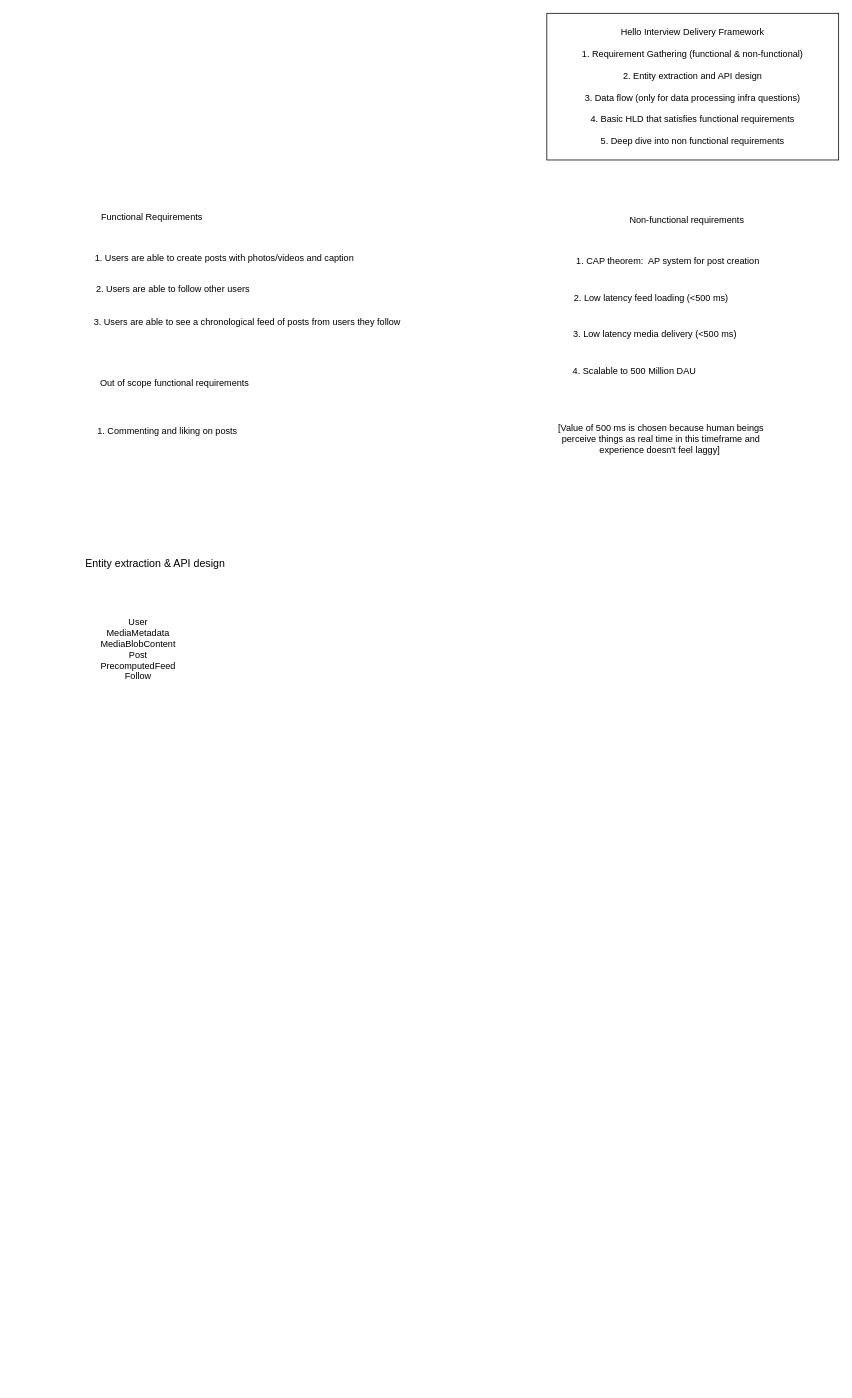
girikgarg8/Hello-Interview-HLD-Whiteboard-Practice keeps this draw.io diagram as Instagram HLD.drawio. Above is the earlier version. Source tidied: cells renumbered, new cells numbered last; positions are measured from the earlier drawing's top-left corner, leaving out a move shared by most shapes. Both pictures are drawn from the tidied source at 76%, with x=0, y=0 at pixel (49, 13).
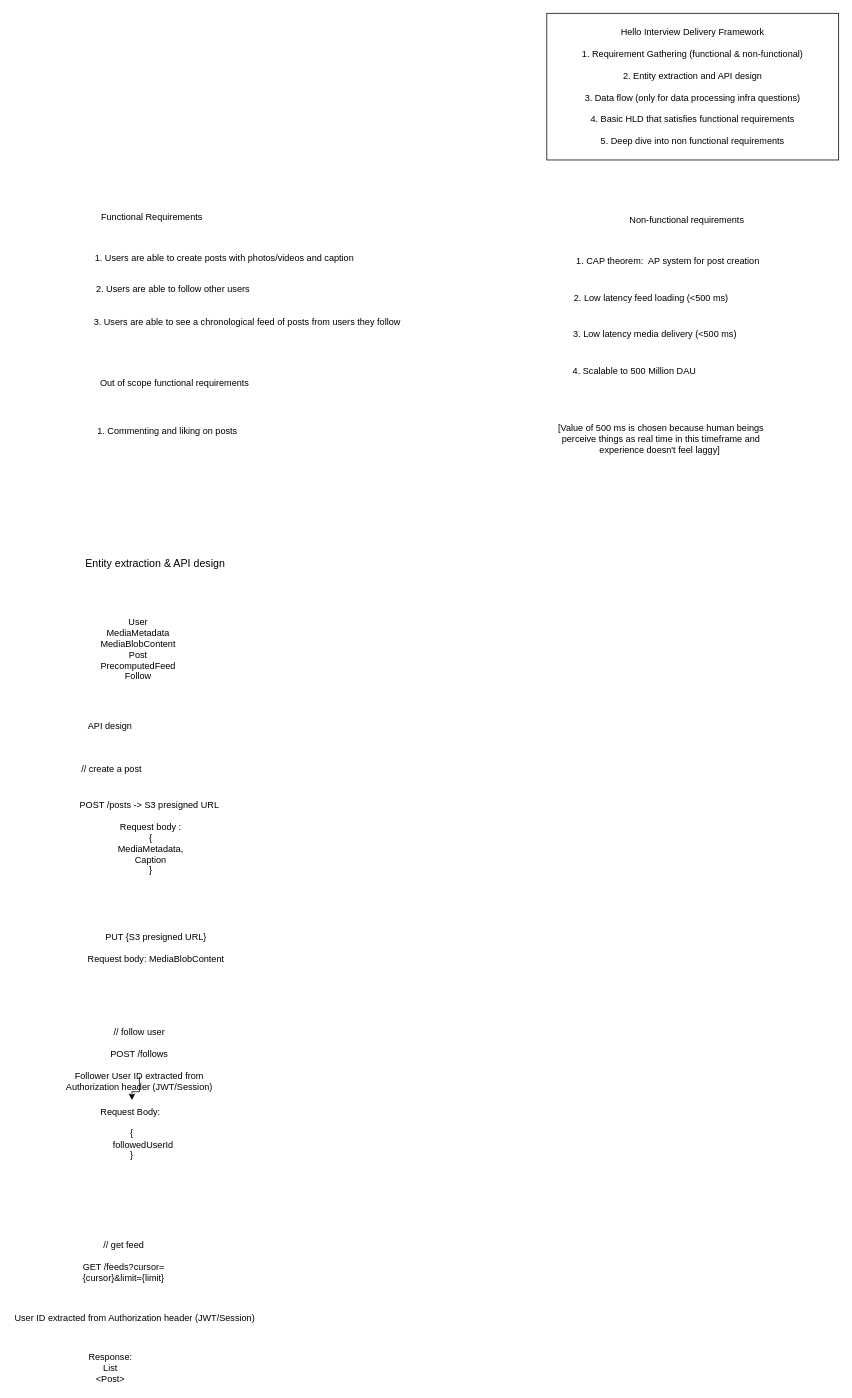
The same page after the edit.

The edit, as a diff of the source:
```diff
@@
+    <mxCell id="17" value="API design" style="text;html=1;whiteSpace=wrap;strokeColor=none;fillColor=none;align=center;verticalAlign=middle;rounded=0;" parent="1" vertex="1">
+      <mxGeometry x="30" y="923" width="101" height="30" as="geometry" />
+    </mxCell>
+    <mxCell id="18" value="// create a post" style="text;html=1;whiteSpace=wrap;strokeColor=none;fillColor=none;align=center;verticalAlign=middle;rounded=0;" parent="1" vertex="1">
+      <mxGeometry x="-7" y="980" width="179" height="30" as="geometry" />
+    </mxCell>
+    <mxCell id="19" value="POST /posts -&amp;gt; S3 presigned URL&amp;nbsp;&lt;div&gt;&lt;br&gt;&lt;/div&gt;&lt;div&gt;Request body :&lt;/div&gt;&lt;div&gt;{&lt;/div&gt;&lt;div&gt;MediaMetadata,&lt;/div&gt;&lt;div&gt;Caption&lt;/div&gt;&lt;div&gt;&lt;span style=&quot;background-color: transparent; color: light-dark(rgb(0, 0, 0), rgb(255, 255, 255));&quot;&gt;}&lt;/span&gt;&lt;/div&gt;" style="text;html=1;whiteSpace=wrap;strokeColor=none;fillColor=none;align=center;verticalAlign=middle;rounded=0;" parent="1" vertex="1">
+      <mxGeometry x="23" y="1030" width="222" height="110" as="geometry" />
+    </mxCell>
+    <mxCell id="20" value="PUT {S3 presigned URL}&lt;div&gt;&lt;br&gt;&lt;/div&gt;&lt;div&gt;Request body: MediaBlobContent&lt;/div&gt;" style="text;html=1;whiteSpace=wrap;strokeColor=none;fillColor=none;align=center;verticalAlign=middle;rounded=0;" parent="1" vertex="1">
+      <mxGeometry x="30" y="1198" width="222" height="63" as="geometry" />
+    </mxCell>
+    <mxCell id="21" style="edgeStyle=orthogonalEdgeStyle;rounded=0;jettySize=auto;html=1;" parent="1" edge="1" source="22" target="23">
+      <mxGeometry relative="1" as="geometry" />
+    </mxCell>
+    <mxCell id="22" value="&lt;div&gt;&lt;br&gt;&lt;/div&gt;&lt;div&gt;// follow user&lt;/div&gt;&lt;div&gt;&lt;br&gt;&lt;/div&gt;POST /follows&lt;div&gt;&lt;br&gt;&lt;/div&gt;&lt;div&gt;Follower User ID extracted from Authorization header (JWT/Session)&lt;/div&gt;&lt;div&gt;&lt;br&gt;&lt;/div&gt;&lt;div&gt;&lt;br&gt;&lt;/div&gt;" style="text;html=1;whiteSpace=wrap;strokeColor=none;fillColor=none;align=center;verticalAlign=middle;rounded=0;" parent="1" vertex="1">
+      <mxGeometry x="-1" y="1369" width="240" height="30" as="geometry" />
+    </mxCell>
+    <mxCell id="23" value="Request Body:&amp;nbsp;&lt;div&gt;&lt;span style=&quot;background-color: transparent; color: light-dark(rgb(0, 0, 0), rgb(255, 255, 255));&quot;&gt;&lt;br&gt;&lt;/span&gt;&lt;/div&gt;&lt;div&gt;&lt;span style=&quot;background-color: transparent; color: light-dark(rgb(0, 0, 0), rgb(255, 255, 255));&quot;&gt;{&lt;/span&gt;&lt;/div&gt;&lt;div&gt;&lt;div&gt;&lt;span style=&quot;white-space: pre;&quot;&gt;&#9;&lt;/span&gt;&amp;nbsp;followedUserId&lt;br&gt;&lt;/div&gt;&lt;div&gt;}&lt;/div&gt;&lt;/div&gt;" style="text;html=1;whiteSpace=wrap;strokeColor=none;fillColor=none;align=center;verticalAlign=middle;rounded=0;" parent="1" vertex="1">
+      <mxGeometry x="64" y="1430" width="90.2" height="87" as="geometry" />
+    </mxCell>
+    <mxCell id="24" value="&lt;div&gt;&lt;br&gt;&lt;/div&gt;// get feed&lt;div&gt;&lt;br&gt;&lt;div&gt;GET /feeds?cursor={cursor}&amp;amp;limit={limit}&lt;/div&gt;&lt;/div&gt;" style="text;html=1;whiteSpace=wrap;strokeColor=none;fillColor=none;align=center;verticalAlign=middle;rounded=0;" parent="1" vertex="1">
+      <mxGeometry x="27" y="1620" width="143" height="30" as="geometry" />
+    </mxCell>
+    <mxCell id="25" value="Response: List &amp;lt;Post&amp;gt;" style="text;html=1;whiteSpace=wrap;strokeColor=none;fillColor=none;align=center;verticalAlign=middle;rounded=0;" parent="1" vertex="1">
+      <mxGeometry x="50.5" y="1768" width="60" height="30" as="geometry" />
+    </mxCell>
+    <mxCell id="26" value="&lt;div style=&quot;forced-color-adjust: none;&quot;&gt;User ID extracted from Authorization header (JWT/Session)&lt;/div&gt;&lt;div style=&quot;forced-color-adjust: none;&quot;&gt;&lt;br style=&quot;forced-color-adjust: none; color: rgb(0, 0, 0); font-family: Helvetica; font-size: 12px; font-style: normal; font-variant-ligatures: normal; font-variant-caps: normal; font-weight: 400; letter-spacing: normal; orphans: 2; text-align: center; text-indent: 0px; text-transform: none; widows: 2; word-spacing: 0px; -webkit-text-stroke-width: 0px; white-space: normal; background-color: rgb(236, 236, 236); text-decoration-thickness: initial; text-decoration-style: initial; text-decoration-color: initial;&quot;&gt;&lt;/div&gt;" style="text;whiteSpace=wrap;html=1;" parent="1" vertex="1">
+      <mxGeometry x="-47" y="1703" width="393" height="51" as="geometry" />
+    </mxCell>
```
